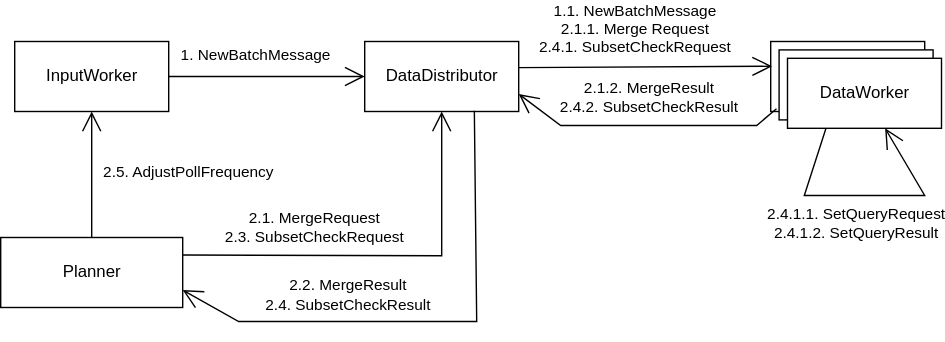
This is imgs/system-complex.svg from HelenBrgg/DynamicDataProfile, a draw.io export, as it was before one commit. Source tidied: cells renumbered, new cells last; positions are measured from the earlier drawing's top-left corner, leaving out a move shared by most shapes.
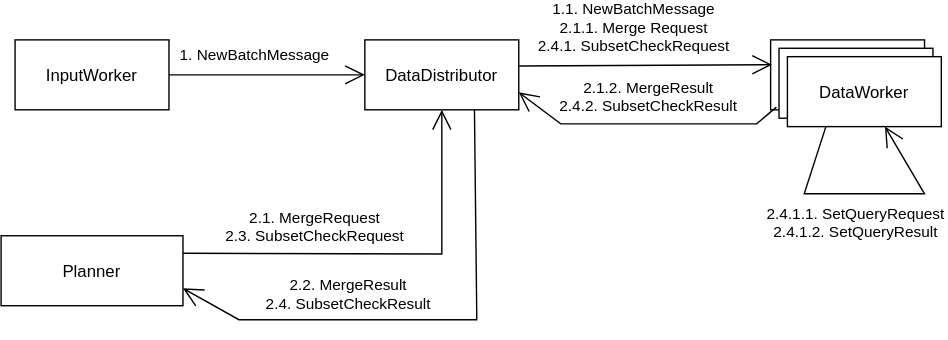
Above is the later version.

Commit message:
update system-diagrams and full.pdf:

The edit, as a diff of the source:
```diff
@@ -2,39 +2,36 @@
   <root>
     <mxCell id="0" />
     <mxCell id="1" parent="0" />
-    <mxCell id="2" value="InputWorker" style="html=1;" parent="1" vertex="1">
+    <mxCell id="2" value="InputWorker" parent="1" vertex="1">
       <mxGeometry x="10" width="110" height="50" as="geometry" />
     </mxCell>
-    <mxCell id="3" value="DataDistributor" style="html=1;" parent="1" vertex="1">
+    <mxCell id="3" value="DataDistributor" parent="1" vertex="1">
       <mxGeometry x="260" width="110" height="50" as="geometry" />
     </mxCell>
-    <mxCell id="4" value="Planner" style="html=1;" parent="1" vertex="1">
+    <mxCell id="4" value="Planner" parent="1" vertex="1">
       <mxGeometry y="140" width="130" height="50" as="geometry" />
     </mxCell>
-    <mxCell id="5" style="endArrow=open;endFill=1;endSize=12;html=1;rounded=0;exitX=1;exitY=0.5;exitDx=0;exitDy=0;" parent="1" edge="1" source="2" target="3">
+    <mxCell id="5" style="endArrow=open;endFill=1;endSize=12;rounded=0;exitX=1;exitY=0.5;exitDx=0;exitDy=0;" parent="1" edge="1" source="2" target="3">
       <mxGeometry relative="1" as="geometry" />
     </mxCell>
-    <mxCell id="6" value="1. NewBatchMessage" style="edgeLabel;html=1;align=center;verticalAlign=middle;" parent="5" vertex="1">
+    <mxCell id="6" value="1. NewBatchMessage" style="edgeLabel;align=center;verticalAlign=middle;" parent="5" vertex="1">
       <mxGeometry x="-0.18" relative="1" as="geometry">
         <mxPoint x="4" y="-15" as="offset" />
       </mxGeometry>
     </mxCell>
-    <mxCell id="7" style="endArrow=open;endFill=1;endSize=12;html=1;rounded=0;" parent="1" edge="1" source="4" target="2">
-      <mxGeometry relative="1" as="geometry" />
-    </mxCell>
-    <mxCell id="8" style="endArrow=open;endFill=1;endSize=12;html=1;rounded=0;exitX=1;exitY=0.25;exitDx=0;exitDy=0;" parent="1" edge="1" source="4" target="3">
+    <mxCell id="8" style="endArrow=open;endFill=1;endSize=12;rounded=0;exitX=1;exitY=0.25;exitDx=0;exitDy=0;" parent="1" edge="1" source="4" target="3">
       <mxGeometry relative="1" as="geometry">
         <Array as="points">
           <mxPoint x="315" y="153" />
         </Array>
       </mxGeometry>
     </mxCell>
-    <mxCell id="9" value="2.1. MergeRequest&lt;br&gt;2.3. SubsetCheckRequest" style="edgeLabel;html=1;align=center;verticalAlign=middle;" parent="1" vertex="1">
+    <mxCell id="9" value="2.1. MergeRequest&#10;2.3. SubsetCheckRequest" style="edgeLabel;align=center;verticalAlign=middle;" parent="1" vertex="1">
       <mxGeometry x="230" y="130" as="geometry">
         <mxPoint x="-6" y="3" as="offset" />
       </mxGeometry>
     </mxCell>
-    <mxCell id="10" style="endArrow=open;endFill=1;endSize=12;html=1;rounded=0;entryX=1;entryY=0.75;entryDx=0;entryDy=0;exitX=0.712;exitY=0.989;exitDx=0;exitDy=0;exitPerimeter=0;" parent="1" edge="1" source="3" target="4">
+    <mxCell id="10" style="endArrow=open;endFill=1;endSize=12;rounded=0;entryX=1;entryY=0.75;entryDx=0;entryDy=0;exitX=0.712;exitY=0.989;exitDx=0;exitDy=0;exitPerimeter=0;" parent="1" edge="1" source="3" target="4">
       <mxGeometry relative="1" as="geometry">
         <Array as="points">
           <mxPoint x="340" y="200" />
@@ -42,51 +39,46 @@
         </Array>
       </mxGeometry>
     </mxCell>
-    <mxCell id="11" value="2.2. MergeResult&lt;br&gt;2.4. SubsetCheckResult" style="edgeLabel;html=1;align=center;verticalAlign=middle;" parent="1" vertex="1">
+    <mxCell id="11" value="2.2. MergeResult&#10;2.4. SubsetCheckResult" style="edgeLabel;align=center;verticalAlign=middle;" parent="1" vertex="1">
       <mxGeometry x="254" y="178" as="geometry">
         <mxPoint x="-6" y="3" as="offset" />
       </mxGeometry>
     </mxCell>
-    <mxCell id="12" value="2.5. AdjustPollFrequency" style="edgeLabel;html=1;align=center;verticalAlign=middle;" parent="1" vertex="1">
-      <mxGeometry x="140" y="90" as="geometry">
-        <mxPoint x="-6" y="3" as="offset" />
-      </mxGeometry>
-    </mxCell>
     <mxCell id="13" style="group;" parent="1" vertex="1">
       <mxGeometry x="550" width="122" height="62" as="geometry" />
     </mxCell>
-    <mxCell id="14" value="DataWorker" style="html=1;" parent="13" vertex="1">
+    <mxCell id="14" value="DataWorker" parent="13" vertex="1">
       <mxGeometry width="110" height="50" as="geometry" />
     </mxCell>
-    <mxCell id="15" value="DataWorker" style="html=1;" parent="13" vertex="1">
+    <mxCell id="15" value="DataWorker" parent="13" vertex="1">
       <mxGeometry x="6" y="6" width="110" height="50" as="geometry" />
     </mxCell>
-    <mxCell id="16" value="DataWorker" style="html=1;" parent="13" vertex="1">
+    <mxCell id="16" value="DataWorker" parent="13" vertex="1">
       <mxGeometry x="12" y="12" width="110" height="50" as="geometry" />
     </mxCell>
-    <mxCell id="17" style="endArrow=open;endFill=1;endSize=12;html=1;rounded=0;exitX=0.25;exitY=1;exitDx=0;exitDy=0;" parent="13" edge="1" source="16" target="16">
+    <mxCell id="17" style="endArrow=open;endFill=1;endSize=12;rounded=0;exitX=0.25;exitY=1;exitDx=0;exitDy=0;" parent="13" edge="1" source="16" target="16">
       <mxGeometry relative="1" as="geometry">
         <Array as="points">
           <mxPoint x="110" y="110" />
         </Array>
       </mxGeometry>
     </mxCell>
-    <mxCell id="18" value="2.4.1.1. SetQueryRequest&lt;br&gt;2.4.1.2. SetQueryResult" style="edgeLabel;html=1;align=center;verticalAlign=middle;" parent="17" vertex="1">
+    <mxCell id="18" value="2.4.1.1. SetQueryRequest&#10;2.4.1.2. SetQueryResult" style="edgeLabel;align=center;verticalAlign=middle;" parent="17" vertex="1">
       <mxGeometry x="-0.14" y="-2" relative="1" as="geometry">
         <mxPoint x="5" y="18" as="offset" />
       </mxGeometry>
     </mxCell>
-    <mxCell id="19" style="endArrow=open;endFill=1;endSize=12;html=1;rounded=0;exitX=1;exitY=0.5;exitDx=0;exitDy=0;entryX=0.009;entryY=0.354;entryDx=0;entryDy=0;entryPerimeter=0;" parent="1" edge="1" target="14">
+    <mxCell id="19" style="endArrow=open;endFill=1;endSize=12;rounded=0;exitX=1;exitY=0.5;exitDx=0;exitDy=0;entryX=0.009;entryY=0.354;entryDx=0;entryDy=0;entryPerimeter=0;" parent="1" edge="1" target="14">
       <mxGeometry relative="1" as="geometry">
         <mxPoint x="370" y="18.7" as="sourcePoint" />
       </mxGeometry>
     </mxCell>
-    <mxCell id="20" value="1.1. NewBatchMessage&lt;br&gt;2.1.1. Merge Request&lt;br&gt;2.4.1. SubsetCheckRequest" style="edgeLabel;html=1;align=center;verticalAlign=middle;" parent="19" vertex="1">
+    <mxCell id="20" value="1.1. NewBatchMessage&#10;2.1.1. Merge Request&#10;2.4.1. SubsetCheckRequest" style="edgeLabel;align=center;verticalAlign=middle;" parent="19" vertex="1">
       <mxGeometry x="-0.18" relative="1" as="geometry">
         <mxPoint x="8" y="-28" as="offset" />
       </mxGeometry>
     </mxCell>
-    <mxCell id="21" style="endArrow=open;endFill=1;endSize=12;html=1;rounded=0;entryX=1;entryY=0.75;entryDx=0;entryDy=0;exitX=-0.017;exitY=0.841;exitDx=0;exitDy=0;exitPerimeter=0;" parent="1" edge="1" source="15" target="3">
+    <mxCell id="21" style="endArrow=open;endFill=1;endSize=12;rounded=0;entryX=1;entryY=0.75;entryDx=0;entryDy=0;exitX=-0.017;exitY=0.841;exitDx=0;exitDy=0;exitPerimeter=0;" parent="1" edge="1" source="15" target="3">
       <mxGeometry relative="1" as="geometry">
         <Array as="points">
           <mxPoint x="540" y="60" />
@@ -95,7 +87,7 @@
         </Array>
       </mxGeometry>
     </mxCell>
-    <mxCell id="22" value="2.1.2. MergeResult&lt;br&gt;2.4.2. SubsetCheckResult" style="edgeLabel;html=1;align=center;verticalAlign=middle;" parent="1" vertex="1">
+    <mxCell id="22" value="2.1.2. MergeResult&#10;2.4.2. SubsetCheckResult" style="edgeLabel;align=center;verticalAlign=middle;" parent="1" vertex="1">
       <mxGeometry x="462.5" y="40" as="geometry" />
     </mxCell>
   </root>
```
